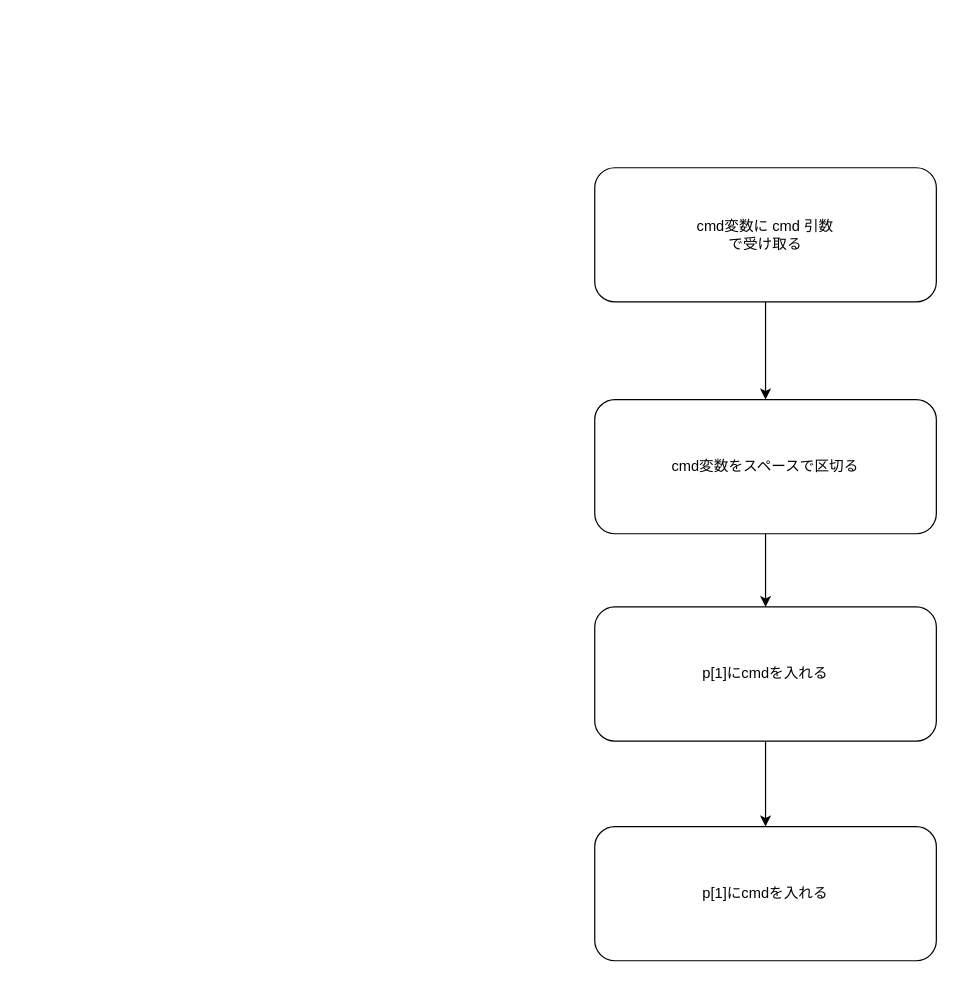
Before: shell/b.dio in lion-rion/c_study, a draw.io diagram. Source tidied: cells renumbered, new cells numbered last; positions are measured from the earlier drawing's top-left corner, leaving out a move shared by most shapes. Both pictures are drawn from the tidied source at 122%, with x=0, y=0 at pixel (594, 167).
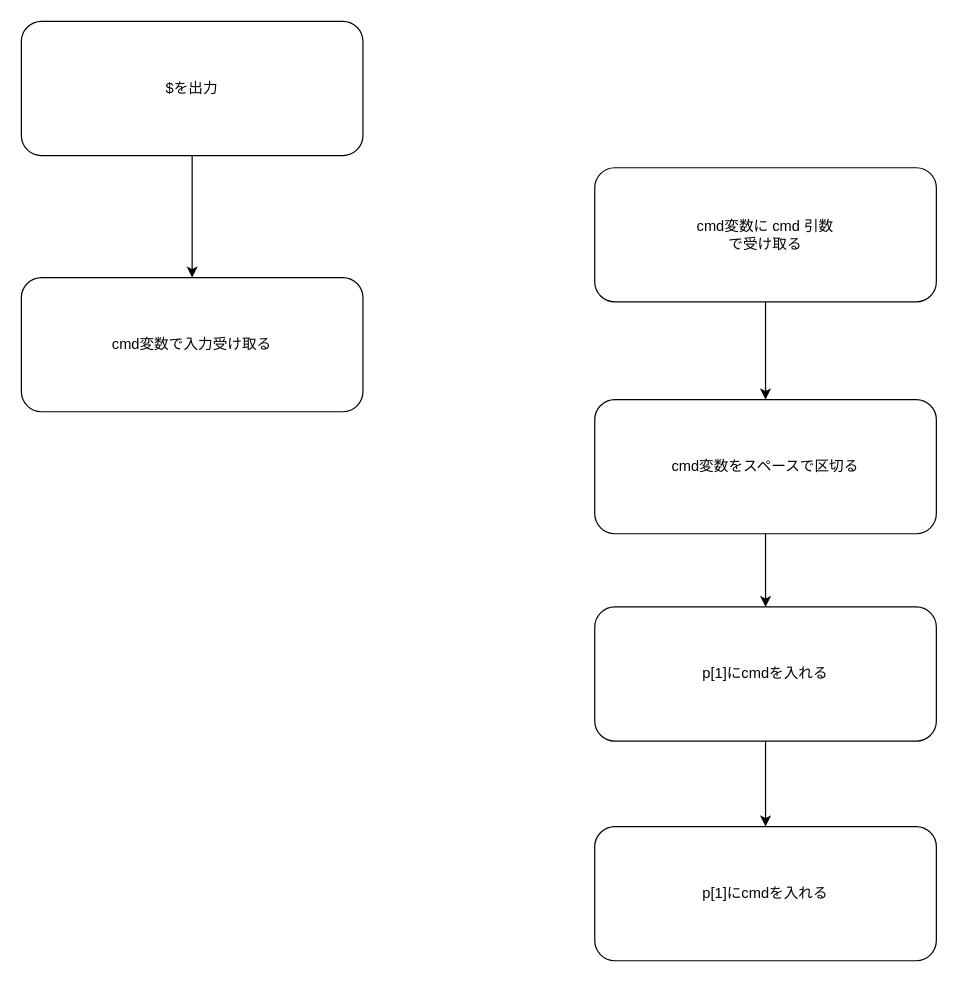
The same page after the edit.

Change to the diagram source:
```diff
@@
 <mxGraphModel>
   <root>
     <mxCell id="0" />
     <mxCell id="1" parent="0" />
     <mxCell id="2" style="edgeStyle=none;html=1;entryX=0.5;entryY=0;entryDx=0;entryDy=0;" parent="1" edge="1" source="3" target="5">
       <mxGeometry relative="1" as="geometry" />
     </mxCell>
     <mxCell id="3" value="cmd変数に cmd 引数&lt;br&gt;で受け取る" style="rounded=1;whiteSpace=wrap;html=1;" parent="1" vertex="1">
       <mxGeometry width="280" height="110" as="geometry" />
     </mxCell>
     <mxCell id="4" style="edgeStyle=none;html=1;" parent="1" edge="1" source="5" target="7">
       <mxGeometry relative="1" as="geometry" />
     </mxCell>
     <mxCell id="5" value="cmd変数をスペースで区切る" style="rounded=1;whiteSpace=wrap;html=1;" parent="1" vertex="1">
       <mxGeometry y="190" width="280" height="110" as="geometry" />
     </mxCell>
     <mxCell id="6" style="edgeStyle=none;html=1;" parent="1" edge="1" source="7" target="8">
       <mxGeometry relative="1" as="geometry" />
     </mxCell>
     <mxCell id="7" value="p[1]にcmdを入れる" style="rounded=1;whiteSpace=wrap;html=1;" parent="1" vertex="1">
       <mxGeometry y="360" width="280" height="110" as="geometry" />
     </mxCell>
     <mxCell id="8" value="p[1]にcmdを入れる" style="rounded=1;whiteSpace=wrap;html=1;" parent="1" vertex="1">
       <mxGeometry y="540" width="280" height="110" as="geometry" />
     </mxCell>
+    <mxCell id="9" value="cmd変数で入力受け取る" style="rounded=1;whiteSpace=wrap;html=1;" parent="1" vertex="1">
+      <mxGeometry x="-470" y="90" width="280" height="110" as="geometry" />
+    </mxCell>
+    <mxCell id="10" style="edgeStyle=none;html=1;entryX=0.5;entryY=0;entryDx=0;entryDy=0;" parent="1" edge="1" source="11" target="9">
+      <mxGeometry relative="1" as="geometry" />
+    </mxCell>
+    <mxCell id="11" value="$を出力" style="rounded=1;whiteSpace=wrap;html=1;" parent="1" vertex="1">
+      <mxGeometry x="-470" y="-120" width="280" height="110" as="geometry" />
+    </mxCell>
   </root>
 </mxGraphModel>
```
